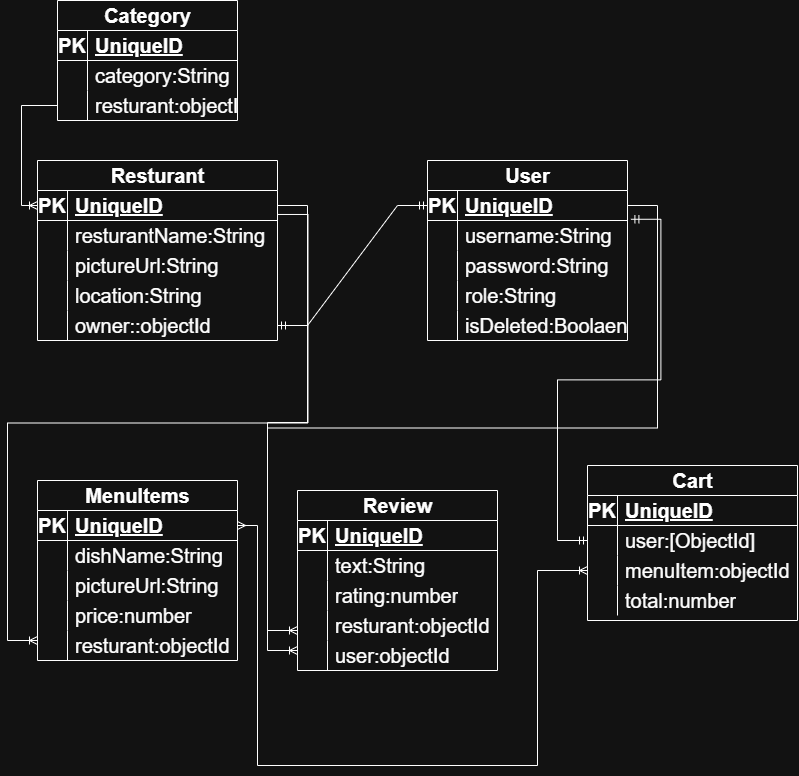
Above: Untitled Diagram.drawio.png in fares-alkhayat/project-3-backend (draw.io), before the change. Source tidied: cells renumbered, new cells last; positions are measured from the earlier drawing's top-left corner, leaving out a move shared by most shapes.
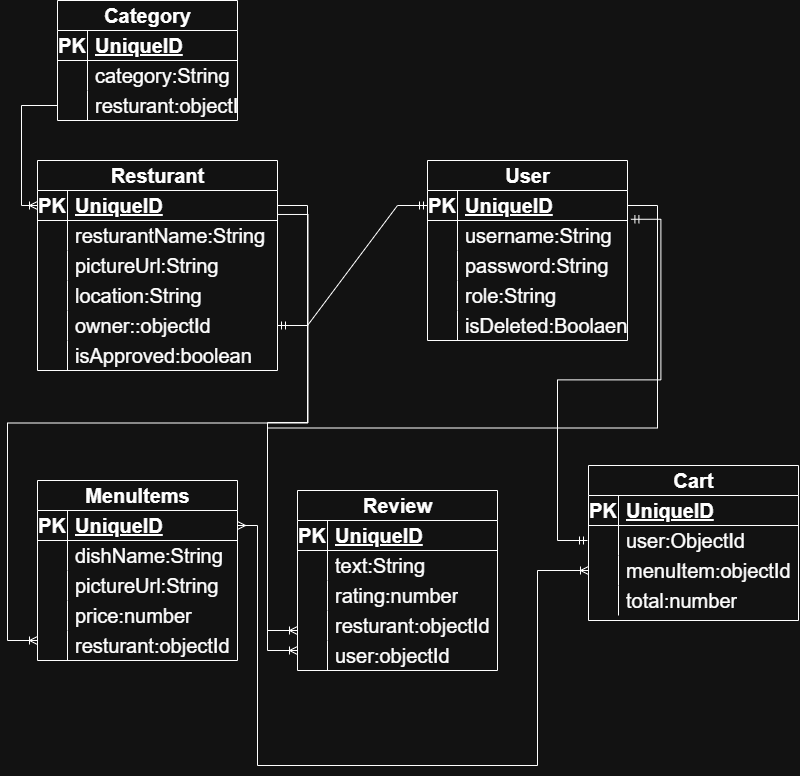
Later version of the same file.

Diff of the diagram source:
```diff
@@ -51,7 +51,7 @@
       <mxGeometry x="30" width="170" height="30" as="geometry" />
     </mxCell>
     <mxCell id="18" value="Cart" style="shape=table;startSize=30;rowLines=0;fontStyle=1;align=center;html=1;fontSize=20;" parent="1" vertex="1">
-      <mxGeometry x="566" y="465" width="210" height="155" as="geometry" />
+      <mxGeometry x="567" y="465" width="210" height="155" as="geometry" />
     </mxCell>
     <mxCell id="19" style="shape=tableRow;horizontal=0;startSize=0;swimlaneHead=0;swimlaneBody=0;fillColor=none;top=0;left=0;right=0;bottom=1;fontSize=20;" parent="18" vertex="1">
       <mxGeometry y="30" width="210" height="30" as="geometry" />
@@ -68,7 +68,7 @@
     <mxCell id="23" style="shape=partialRectangle;fillColor=none;top=0;left=0;bottom=0;right=0;overflow=hidden;whiteSpace=wrap;html=1;fontSize=20;" parent="22" vertex="1">
       <mxGeometry width="30" height="30" as="geometry" />
     </mxCell>
-    <mxCell id="24" value="user:[ObjectId]" style="shape=partialRectangle;fillColor=none;top=0;left=0;bottom=0;right=0;align=left;spacingLeft=6;overflow=hidden;whiteSpace=wrap;html=1;fontSize=20;" parent="22" vertex="1">
+    <mxCell id="24" value="user:ObjectId" style="shape=partialRectangle;fillColor=none;top=0;left=0;bottom=0;right=0;align=left;spacingLeft=6;overflow=hidden;whiteSpace=wrap;html=1;fontSize=20;" parent="22" vertex="1">
       <mxGeometry x="30" width="180" height="30" as="geometry" />
     </mxCell>
     <mxCell id="25" style="shape=tableRow;horizontal=0;startSize=0;swimlaneHead=0;swimlaneBody=0;fillColor=none;points=[[0,0.5],[1,0.5]];portConstraint=eastwest;top=0;left=0;right=0;bottom=0;fontSize=20;" parent="18" vertex="1">
@@ -138,7 +138,7 @@
       <mxGeometry x="30" width="170" height="30" as="geometry" />
     </mxCell>
     <mxCell id="47" value="Resturant" style="shape=table;startSize=30;rowLines=0;fontStyle=1;align=center;html=1;fontSize=20;" parent="1" vertex="1">
-      <mxGeometry x="16" y="160" width="240" height="180" as="geometry" />
+      <mxGeometry x="16" y="160" width="240" height="210" as="geometry" />
     </mxCell>
     <mxCell id="48" style="shape=tableRow;horizontal=0;startSize=0;swimlaneHead=0;swimlaneBody=0;fillColor=none;points=[[0,0.5],[1,0.5]];portConstraint=eastwest;top=0;left=0;right=0;bottom=1;fontSize=20;" parent="47" vertex="1">
       <mxGeometry y="30" width="240" height="30" as="geometry" />
@@ -185,6 +185,15 @@
     <mxCell id="62" value="owner::objectId" style="shape=partialRectangle;fillColor=none;top=0;left=0;bottom=0;right=0;align=left;spacingLeft=6;overflow=hidden;whiteSpace=wrap;html=1;fontSize=20;" parent="60" vertex="1">
       <mxGeometry x="30" width="210" height="30" as="geometry" />
     </mxCell>
+    <mxCell id="96" style="shape=tableRow;horizontal=0;startSize=0;swimlaneHead=0;swimlaneBody=0;fillColor=none;top=0;left=0;right=0;bottom=0;fontSize=20;" parent="47" vertex="1">
+      <mxGeometry y="180" width="240" height="30" as="geometry" />
+    </mxCell>
+    <mxCell id="97" style="shape=partialRectangle;fillColor=none;top=0;left=0;bottom=0;right=0;overflow=hidden;whiteSpace=wrap;html=1;fontSize=20;" parent="96" vertex="1">
+      <mxGeometry width="30" height="30" as="geometry" />
+    </mxCell>
+    <mxCell id="98" value="isApproved:boolean" style="shape=partialRectangle;fillColor=none;top=0;left=0;bottom=0;right=0;align=left;spacingLeft=6;overflow=hidden;whiteSpace=wrap;html=1;fontSize=20;" parent="96" vertex="1">
+      <mxGeometry x="30" width="210" height="30" as="geometry" />
+    </mxCell>
     <mxCell id="63" value="Review" style="shape=table;startSize=30;rowLines=0;fontStyle=1;align=center;html=1;fontSize=20;" parent="1" vertex="1">
       <mxGeometry x="276" y="490" width="200" height="180" as="geometry" />
     </mxCell>
```
